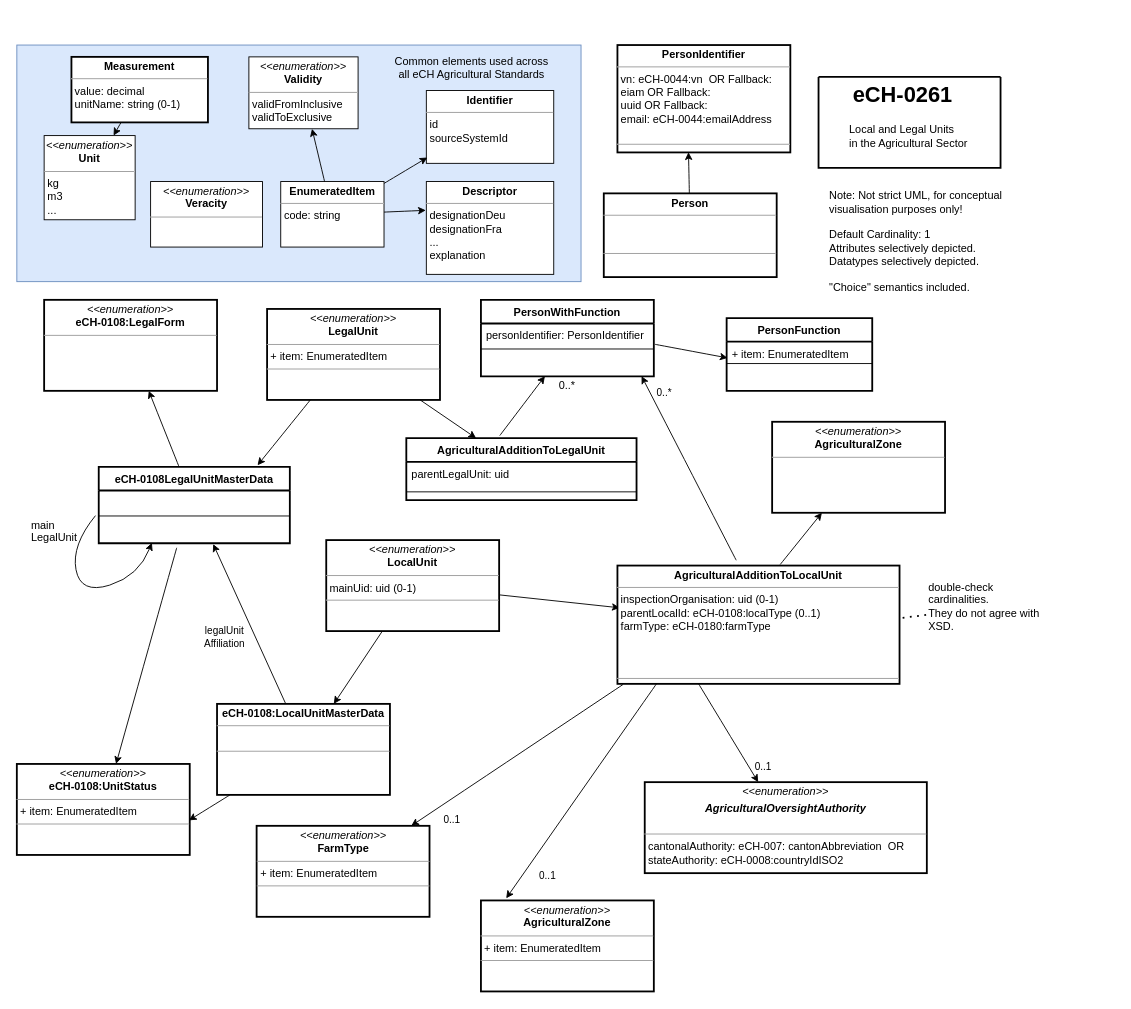
blw-ofag-ufag/eCH-0261 keeps this draw.io diagram as src/eCH-0261__1_0__overview.drawio. Above is the earlier version. Source tidied: cells renumbered, new cells numbered last; positions are measured from the earlier drawing's top-left corner, leaving out a move shared by most shapes. Both pictures are drawn from the tidied source at 91%, with x=0, y=0 at pixel (16, 45).
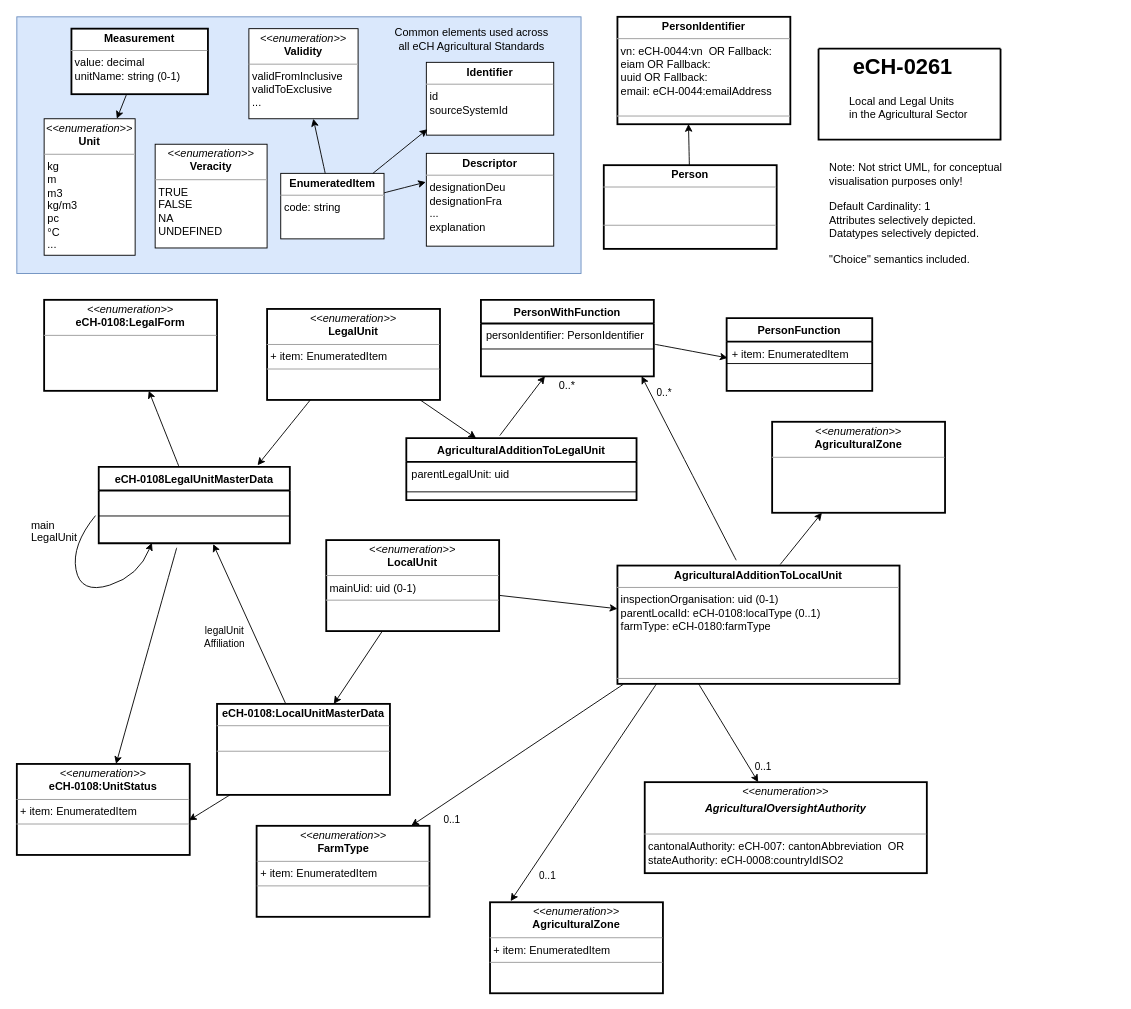
Above is the later version.

Commit message:
Update diagram in particular new common elements.

Unchanged cells that the change refers to:
```xml
<mxCell id="52" value="&lt;p style=&quot;margin:0px;margin-top:4px;text-align:center;&quot;&gt;&lt;i&gt;&amp;lt;&amp;lt;enumeration&amp;gt;&amp;gt;&lt;/i&gt;&lt;br&gt;&lt;b&gt;LocalUnit&lt;/b&gt;&lt;/p&gt;&lt;hr size=&quot;1&quot;&gt;&lt;p style=&quot;margin:0px;margin-left:4px;&quot;&gt;mainUid: uid (0-1)&lt;/p&gt;&lt;hr size=&quot;1&quot;&gt;&lt;p style=&quot;margin:0px;margin-left:4px;&quot;&gt;&lt;br&gt;&lt;/p&gt;" style="verticalAlign=top;align=left;overflow=fill;fontSize=12;fontFamily=Helvetica;html=1;sketch=0;strokeWidth=2;" parent="1" vertex="1">
  <mxGeometry x="340" y="544" width="190" height="100" as="geometry" />
</mxCell>
<mxCell id="54" value="&lt;p style=&quot;margin:0px;margin-top:4px;text-align:center;&quot;&gt;&lt;b&gt;AgriculturalAdditionToLocalUnit&lt;/b&gt;&lt;/p&gt;&lt;hr size=&quot;1&quot;&gt;&lt;p style=&quot;margin:0px;margin-left:4px;&quot;&gt;inspectionOrganisation: uid (0-1)&lt;/p&gt;&lt;p style=&quot;margin:0px;margin-left:4px;&quot;&gt;parentLocalId: eCH-0108:localType (0..1)&lt;/p&gt;&lt;p style=&quot;margin:0px;margin-left:4px;&quot;&gt;farmType: eCH-0180:farmType&lt;/p&gt;&lt;p style=&quot;margin:0px;margin-left:4px;&quot;&gt;&lt;br&gt;&lt;/p&gt;&lt;p style=&quot;margin:0px;margin-left:4px;&quot;&gt;&lt;br&gt;&lt;/p&gt;&lt;p style=&quot;margin:0px;margin-left:4px;&quot;&gt;&lt;br&gt;&lt;/p&gt;&lt;hr size=&quot;1&quot;&gt;&lt;p style=&quot;margin:0px;margin-left:4px;&quot;&gt;&lt;br&gt;&lt;/p&gt;" style="verticalAlign=top;align=left;overflow=fill;fontSize=12;fontFamily=Helvetica;html=1;sketch=0;strokeWidth=2;" parent="1" vertex="1">
  <mxGeometry x="660" y="572" width="310" height="130" as="geometry" />
</mxCell>
```

Change to the diagram source:
```diff
@@
     <mxCell id="2" style="rounded=0;whiteSpace=wrap;html=1;fillColor=#dae8fc;strokeColor=#6c8ebf;fontFamily=Helvetica;" parent="1" vertex="1">
-      <mxGeometry width="620" height="260" as="geometry" />
+      <mxGeometry y="-31" width="620" height="282" as="geometry" />
     </mxCell>
-    <mxCell id="3" value="&lt;p style=&quot;margin:0px;margin-top:4px;text-align:center;&quot;&gt;&lt;i&gt;&amp;lt;&amp;lt;enumeration&amp;gt;&amp;gt;&lt;/i&gt;&lt;br&gt;&lt;b&gt;Unit&lt;/b&gt;&lt;/p&gt;&lt;hr size=&quot;1&quot;&gt;&lt;p style=&quot;margin:0px;margin-left:4px;&quot;&gt;kg&lt;/p&gt;&lt;p style=&quot;margin:0px;margin-left:4px;&quot;&gt;m3&lt;/p&gt;&lt;p style=&quot;margin:0px;margin-left:4px;&quot;&gt;...&lt;/p&gt;" style="verticalAlign=top;align=left;overflow=fill;fontSize=12;fontFamily=Helvetica;html=1;sketch=0;" parent="1" vertex="1">
-      <mxGeometry x="30" y="99.5" width="100" height="92.5" as="geometry" />
+    <mxCell id="3" value="&lt;p style=&quot;margin:0px;margin-top:4px;text-align:center;&quot;&gt;&lt;i&gt;&amp;lt;&amp;lt;enumeration&amp;gt;&amp;gt;&lt;/i&gt;&lt;br&gt;&lt;b&gt;Unit&lt;/b&gt;&lt;/p&gt;&lt;hr size=&quot;1&quot;&gt;&lt;p style=&quot;margin:0px;margin-left:4px;&quot;&gt;kg&lt;/p&gt;&lt;p style=&quot;margin:0px;margin-left:4px;&quot;&gt;m&lt;/p&gt;&lt;p style=&quot;margin:0px;margin-left:4px;&quot;&gt;m3&lt;/p&gt;&lt;p style=&quot;margin:0px;margin-left:4px;&quot;&gt;kg/m3&lt;/p&gt;&lt;p style=&quot;margin:0px;margin-left:4px;&quot;&gt;pc&lt;/p&gt;&lt;p style=&quot;margin:0px;margin-left:4px;&quot;&gt;°C&lt;/p&gt;&lt;p style=&quot;margin:0px;margin-left:4px;&quot;&gt;...&lt;/p&gt;" style="verticalAlign=top;align=left;overflow=fill;fontSize=12;fontFamily=Helvetica;html=1;sketch=0;" parent="1" vertex="1">
+      <mxGeometry x="30" y="81" width="100" height="150" as="geometry" />
     </mxCell>
     <mxCell id="4" value="Common elements used across all eCH Agricultural Standards" style="text;html=1;strokeColor=none;fillColor=none;align=center;verticalAlign=middle;whiteSpace=wrap;rounded=0;strokeWidth=2;fontFamily=Helvetica;" parent="1" vertex="1">
-      <mxGeometry x="410" y="10" width="180" height="30" as="geometry" />
+      <mxGeometry x="410" y="-21" width="180" height="30" as="geometry" />
     </mxCell>
     <mxCell id="5" value="&lt;p style=&quot;margin:0px;margin-top:4px;text-align:center;&quot;&gt;&lt;b&gt;Identifier&lt;/b&gt;&lt;/p&gt;&lt;hr size=&quot;1&quot;&gt;&lt;p style=&quot;margin:0px;margin-left:4px;&quot;&gt;id&lt;/p&gt;&lt;p style=&quot;margin:0px;margin-left:4px;&quot;&gt;sourceSystemId&lt;/p&gt;" style="verticalAlign=top;align=left;overflow=fill;fontSize=12;fontFamily=Helvetica;html=1;sketch=0;" parent="1" vertex="1">
-      <mxGeometry x="450" y="50" width="140" height="80" as="geometry" />
+      <mxGeometry x="450" y="19" width="140" height="80" as="geometry" />
     </mxCell>
     <mxCell id="6" value="&lt;p style=&quot;margin:0px;margin-top:4px;text-align:center;&quot;&gt;&lt;b&gt;Descriptor&lt;/b&gt;&lt;/p&gt;&lt;hr size=&quot;1&quot;&gt;&lt;p style=&quot;margin:0px;margin-left:4px;&quot;&gt;designationDeu&lt;/p&gt;&lt;p style=&quot;margin:0px;margin-left:4px;&quot;&gt;designationFra&lt;/p&gt;&lt;p style=&quot;margin:0px;margin-left:4px;&quot;&gt;...&lt;/p&gt;&lt;p style=&quot;margin:0px;margin-left:4px;&quot;&gt;explanation&lt;/p&gt;" style="verticalAlign=top;align=left;overflow=fill;fontSize=12;fontFamily=Helvetica;html=1;sketch=0;" parent="1" vertex="1">
-      <mxGeometry x="450" y="150" width="140" height="102" as="geometry" />
+      <mxGeometry x="450" y="119" width="140" height="102" as="geometry" />
     </mxCell>
@@
     <mxCell id="16" value="&lt;p style=&quot;margin:0px;margin-top:4px;text-align:center;&quot;&gt;&lt;b&gt;EnumeratedItem&lt;/b&gt;&lt;/p&gt;&lt;hr size=&quot;1&quot;&gt;&lt;p style=&quot;margin:0px;margin-left:4px;&quot;&gt;code: string&lt;/p&gt;" style="verticalAlign=top;align=left;overflow=fill;fontSize=12;fontFamily=Helvetica;html=1;sketch=0;" parent="1" vertex="1">
-      <mxGeometry x="290" y="150" width="113.5" height="72" as="geometry" />
+      <mxGeometry x="290" y="141" width="113.5" height="72" as="geometry" />
     </mxCell>
@@
     <mxCell id="26" value="&lt;p style=&quot;margin:0px;margin-top:4px;text-align:center;&quot;&gt;&lt;i&gt;&amp;lt;&amp;lt;enumeration&amp;gt;&amp;gt;&lt;/i&gt;&lt;br&gt;&lt;b&gt;AgriculturalZone&lt;/b&gt;&lt;/p&gt;&lt;hr size=&quot;1&quot;&gt;&lt;p style=&quot;margin:0px;margin-left:4px;&quot;&gt;+ item: EnumeratedItem&lt;br&gt;&lt;/p&gt;&lt;hr size=&quot;1&quot;&gt;&lt;p style=&quot;margin:0px;margin-left:4px;&quot;&gt;&lt;br&gt;&lt;/p&gt;" style="verticalAlign=top;align=left;overflow=fill;fontSize=12;fontFamily=Helvetica;html=1;sketch=0;strokeWidth=2;" parent="1" vertex="1">
-      <mxGeometry x="510" y="940" width="190" height="100" as="geometry" />
+      <mxGeometry x="520" y="942" width="190" height="100" as="geometry" />
     </mxCell>
@@
-    <mxCell id="36" style="endArrow=classic;html=1;sketch=0;fontFamily=Helvetica;curved=1;exitX=0.143;exitY=0.984;exitDx=0;exitDy=0;entryX=0.146;entryY=-0.023;entryDx=0;entryDy=0;exitPerimeter=0;entryPerimeter=0;" parent="1" edge="1" source="54" target="26">
+    <mxCell id="36" style="endArrow=classic;html=1;sketch=0;fontFamily=Helvetica;curved=1;exitX=0.143;exitY=0.984;exitDx=0;exitDy=0;exitPerimeter=0;entryX=0.119;entryY=-0.012;entryDx=0;entryDy=0;entryPerimeter=0;" parent="1" edge="1" source="54" target="26">
       <mxGeometry relative="1" as="geometry" />
     </mxCell>
@@
     <mxCell id="46" style="swimlane;startSize=0;sketch=0;fontFamily=Helvetica;strokeWidth=2;" parent="1" vertex="1">
-      <mxGeometry x="881" y="35" width="200" height="100" as="geometry" />
+      <mxGeometry x="881" y="4" width="200" height="100" as="geometry" />
     </mxCell>
@@
-    <mxCell id="50" style="rounded=0;jettySize=auto;html=1;entryX=0.008;entryY=0.357;entryDx=0;entryDy=0;entryPerimeter=0;" parent="1" edge="1" source="52" target="54">
+    <mxCell id="50" style="rounded=0;jettySize=auto;html=1;" parent="1" edge="1" source="52" target="54">
       <mxGeometry relative="1" as="geometry" />
     </mxCell>
@@
-    <mxCell id="57" style="endArrow=none;dashed=1;html=1;dashPattern=1 3;strokeWidth=2;rounded=0;exitX=1.011;exitY=0.442;exitDx=0;exitDy=0;exitPerimeter=0;" parent="1" edge="1" source="54" target="58">
-      <mxGeometry relative="1" as="geometry" />
-    </mxCell>
-    <mxCell id="58" value="double-check cardinalities.&amp;nbsp;&amp;nbsp;&lt;br&gt;They do not agree with XSD." style="text;html=1;strokeColor=none;fillColor=none;align=left;verticalAlign=middle;whiteSpace=wrap;rounded=0;" parent="1" vertex="1">
-      <mxGeometry x="1000" y="602" width="145" height="30" as="geometry" />
-    </mxCell>
@@
-    <mxCell id="61" value="&lt;p style=&quot;margin:0px;margin-top:4px;text-align:center;&quot;&gt;&lt;i&gt;&amp;lt;&amp;lt;enumeration&amp;gt;&amp;gt;&lt;/i&gt;&lt;br&gt;&lt;b&gt;Validity&lt;/b&gt;&lt;/p&gt;&lt;hr size=&quot;1&quot;&gt;&lt;p style=&quot;margin:0px;margin-left:4px;&quot;&gt;validFromInclusive&lt;/p&gt;&lt;p style=&quot;margin:0px;margin-left:4px;&quot;&gt;validToExclusive&lt;/p&gt;" style="verticalAlign=top;align=left;overflow=fill;fontSize=12;fontFamily=Helvetica;html=1;sketch=0;" parent="1" vertex="1">
-      <mxGeometry x="255" y="13" width="120" height="79" as="geometry" />
+    <mxCell id="61" value="&lt;p style=&quot;margin:0px;margin-top:4px;text-align:center;&quot;&gt;&lt;i&gt;&amp;lt;&amp;lt;enumeration&amp;gt;&amp;gt;&lt;/i&gt;&lt;br&gt;&lt;b&gt;Validity&lt;/b&gt;&lt;/p&gt;&lt;hr size=&quot;1&quot;&gt;&lt;p style=&quot;margin:0px;margin-left:4px;&quot;&gt;validFromInclusive&lt;/p&gt;&lt;p style=&quot;margin:0px;margin-left:4px;&quot;&gt;validToExclusive&lt;/p&gt;&lt;p style=&quot;margin:0px;margin-left:4px;&quot;&gt;...&lt;/p&gt;" style="verticalAlign=top;align=left;overflow=fill;fontSize=12;fontFamily=Helvetica;html=1;sketch=0;" parent="1" vertex="1">
+      <mxGeometry x="255" y="-18" width="120" height="99" as="geometry" />
     </mxCell>
-    <mxCell id="62" value="&lt;p style=&quot;margin:0px;margin-top:4px;text-align:center;&quot;&gt;&lt;i&gt;&amp;lt;&amp;lt;enumeration&amp;gt;&amp;gt;&lt;/i&gt;&lt;br&gt;&lt;b&gt;Veracity&lt;/b&gt;&lt;/p&gt;&lt;hr size=&quot;1&quot;&gt;&lt;p style=&quot;margin:0px;margin-left:4px;&quot;&gt;&lt;br&gt;&lt;/p&gt;" style="verticalAlign=top;align=left;overflow=fill;fontSize=12;fontFamily=Helvetica;html=1;sketch=0;" parent="1" vertex="1">
-      <mxGeometry x="147" y="150" width="123" height="72" as="geometry" />
+    <mxCell id="62" value="&lt;p style=&quot;margin:0px;margin-top:4px;text-align:center;&quot;&gt;&lt;i&gt;&amp;lt;&amp;lt;enumeration&amp;gt;&amp;gt;&lt;/i&gt;&lt;br&gt;&lt;b&gt;Veracity&lt;/b&gt;&lt;/p&gt;&lt;hr size=&quot;1&quot;&gt;&lt;p style=&quot;margin:0px;margin-left:4px;&quot;&gt;TRUE&lt;/p&gt;&lt;p style=&quot;margin:0px;margin-left:4px;&quot;&gt;FALSE&lt;/p&gt;&lt;p style=&quot;margin:0px;margin-left:4px;&quot;&gt;NA&lt;/p&gt;&lt;p style=&quot;margin:0px;margin-left:4px;&quot;&gt;UNDEFINED&lt;/p&gt;" style="verticalAlign=top;align=left;overflow=fill;fontSize=12;fontFamily=Helvetica;html=1;sketch=0;" parent="1" vertex="1">
+      <mxGeometry x="152" y="109" width="123" height="114" as="geometry" />
     </mxCell>
     <mxCell id="63" value="&lt;br&gt;Note: Not strict UML, for conceptual&lt;br&gt;visualisation purposes only!&lt;br&gt;&lt;br&gt;Default Cardinality: 1&lt;br&gt;Attributes selectively depicted.&lt;br&gt;Datatypes selectively depicted.&lt;br&gt;&lt;br&gt;&quot;Choice&quot; semantics included." style="text;html=1;strokeColor=none;fillColor=none;align=left;verticalAlign=middle;whiteSpace=wrap;rounded=0;strokeWidth=2;fontFamily=Helvetica;" parent="1" vertex="1">
-      <mxGeometry x="891" y="153" width="230" height="112" as="geometry" />
+      <mxGeometry x="891" y="122" width="230" height="112" as="geometry" />
     </mxCell>
     <mxCell id="64" value="Local and Legal Units&lt;br&gt;in the Agricultural Sector" style="text;html=1;strokeColor=none;fillColor=none;align=left;verticalAlign=middle;whiteSpace=wrap;rounded=0;strokeWidth=2;fontFamily=Helvetica;" parent="1" vertex="1">
-      <mxGeometry x="913" y="85" width="226.4" height="30" as="geometry" />
+      <mxGeometry x="913" y="54" width="226.4" height="30" as="geometry" />
     </mxCell>
     <mxCell id="65" value="&lt;h1&gt;&lt;span style=&quot;background-color: initial;&quot;&gt;eCH-0261&lt;/span&gt;&lt;/h1&gt;&lt;h1&gt;&lt;br&gt;&lt;/h1&gt;" style="text;html=1;strokeColor=none;fillColor=none;spacing=5;spacingTop=-20;whiteSpace=wrap;overflow=hidden;rounded=0;strokeWidth=2;fontFamily=Helvetica;" parent="1" vertex="1">
-      <mxGeometry x="913.7" y="35" width="185.7" height="80" as="geometry" />
+      <mxGeometry x="913.7" y="4" width="185.7" height="80" as="geometry" />
     </mxCell>
     <mxCell id="66" value="&lt;p style=&quot;margin:0px;margin-top:4px;text-align:center;&quot;&gt;&lt;b&gt;Person&lt;/b&gt;&lt;/p&gt;&lt;hr size=&quot;1&quot;&gt;&lt;p style=&quot;margin:0px;margin-left:4px;&quot;&gt;&lt;br&gt;&lt;/p&gt;&lt;p style=&quot;margin:0px;margin-left:4px;&quot;&gt;&lt;br&gt;&lt;/p&gt;&lt;hr size=&quot;1&quot;&gt;&lt;p style=&quot;margin:0px;margin-left:4px;&quot;&gt;&lt;br&gt;&lt;/p&gt;" style="verticalAlign=top;align=left;overflow=fill;fontSize=12;fontFamily=Helvetica;html=1;sketch=0;strokeWidth=2;" parent="1" vertex="1">
-      <mxGeometry x="645" y="163" width="190" height="92" as="geometry" />
+      <mxGeometry x="645" y="132" width="190" height="92" as="geometry" />
     </mxCell>
     <mxCell id="67" value="&lt;p style=&quot;margin:0px;margin-top:4px;text-align:center;&quot;&gt;&lt;b&gt;PersonIdentifier&lt;/b&gt;&lt;/p&gt;&lt;hr size=&quot;1&quot;&gt;&lt;p style=&quot;margin:0px;margin-left:4px;&quot;&gt;vn: eCH-0044:vn&amp;nbsp; OR Fallback:&lt;/p&gt;&lt;p style=&quot;margin:0px;margin-left:4px;&quot;&gt;eiam OR Fallback:&lt;/p&gt;&lt;p style=&quot;margin:0px;margin-left:4px;&quot;&gt;uuid OR Fallback:&lt;/p&gt;&lt;p style=&quot;margin:0px;margin-left:4px;&quot;&gt;email: eCH-0044:emailAddress&lt;/p&gt;&lt;p style=&quot;margin:0px;margin-left:4px;&quot;&gt;&lt;br&gt;&lt;/p&gt;&lt;hr size=&quot;1&quot;&gt;&lt;p style=&quot;margin:0px;margin-left:4px;&quot;&gt;&lt;br&gt;&lt;/p&gt;" style="verticalAlign=top;align=left;overflow=fill;fontSize=12;fontFamily=Helvetica;html=1;sketch=0;strokeWidth=2;" parent="1" vertex="1">
-      <mxGeometry x="660" width="190" height="118" as="geometry" />
+      <mxGeometry x="660" y="-31" width="190" height="118" as="geometry" />
     </mxCell>
@@
     <mxCell id="69" value="&lt;p style=&quot;margin:0px;margin-top:4px;text-align:center;&quot;&gt;&lt;b style=&quot;background-color: initial;&quot;&gt;Measurement&lt;/b&gt;&lt;br&gt;&lt;/p&gt;&lt;hr size=&quot;1&quot;&gt;&lt;p style=&quot;margin:0px;margin-left:4px;&quot;&gt;&lt;/p&gt;&lt;p style=&quot;margin:0px;margin-left:4px;&quot;&gt;value: decimal&lt;/p&gt;&lt;p style=&quot;margin:0px;margin-left:4px;&quot;&gt;unitName: string (0-1)&lt;/p&gt;" style="verticalAlign=top;align=left;overflow=fill;fontSize=12;fontFamily=Helvetica;html=1;sketch=0;strokeWidth=2;" parent="1" vertex="1">
-      <mxGeometry x="60" y="13" width="150" height="72" as="geometry" />
+      <mxGeometry x="60" y="-18" width="150" height="72" as="geometry" />
     </mxCell>
```
